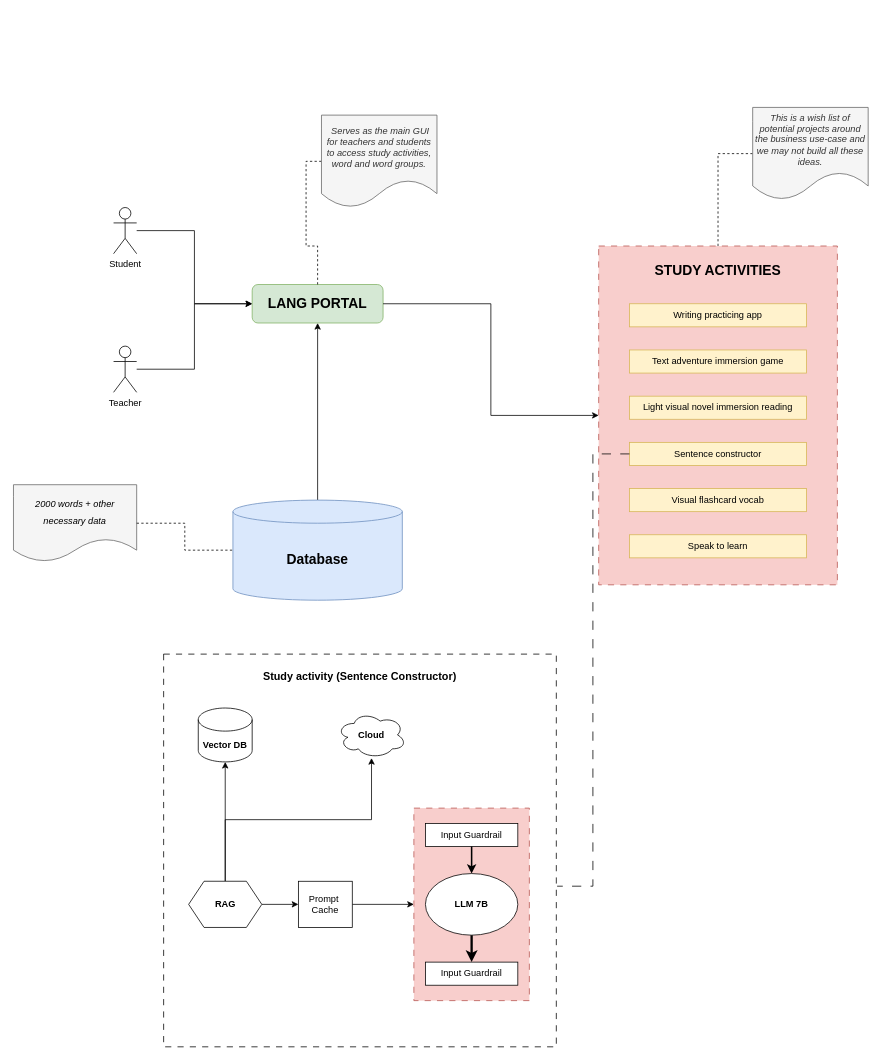
Earlier version of the draw.io diagram genai-architecting/GenAI_architecture.drawio (viakos/free-genai-bootcamp-2025). Source tidied: cells renumbered, new cells numbered last; positions are measured from the earlier drawing's top-left corner, leaving out a move shared by most shapes. Both pictures are drawn from the tidied source at 77%, with x=0, y=0 at pixel (13, 107).
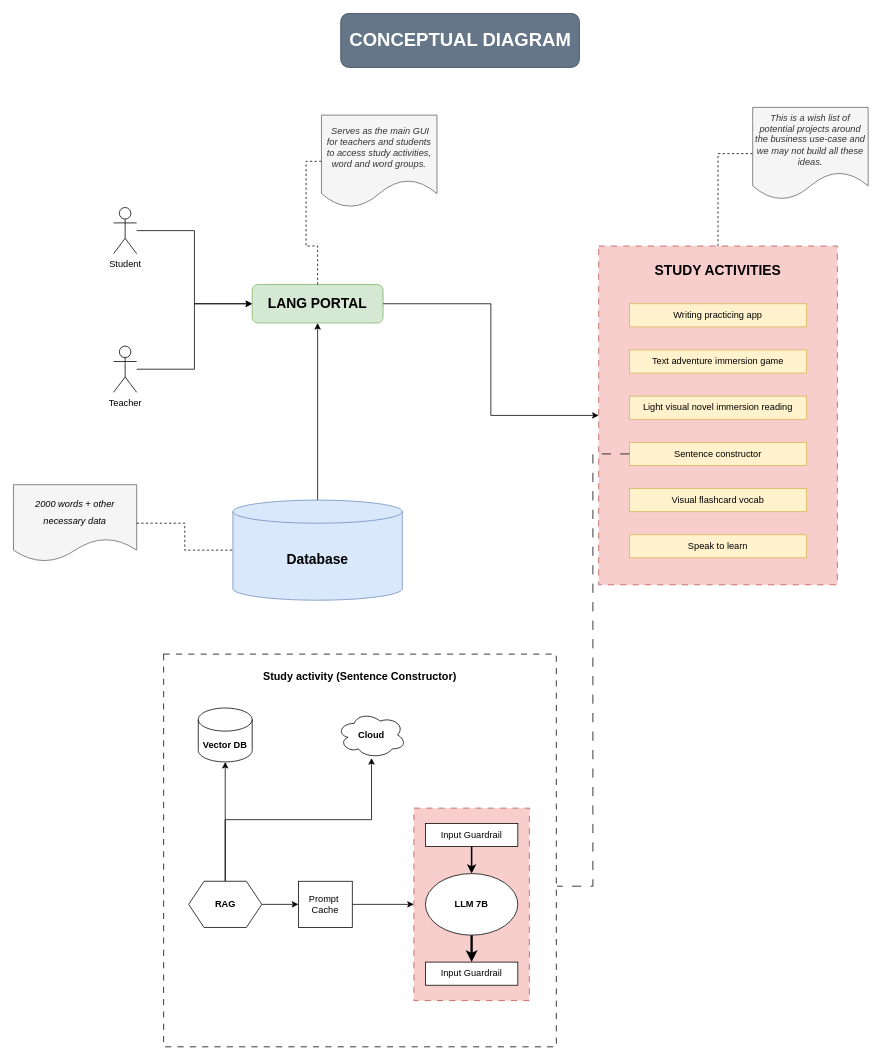
The same diagram, later.

The edit, as a diff of the source:
```diff
@@
+    <mxCell id="41" value="&lt;h1&gt;CONCEPTUAL DIAGRAM&lt;/h1&gt;" style="text;html=1;align=center;verticalAlign=middle;strokeColor=#314354;rounded=1;fillColor=#647687;fontColor=#ffffff;" parent="1" vertex="1">
+      <mxGeometry x="425" y="-122" width="310" height="70" as="geometry" />
+    </mxCell>
```
